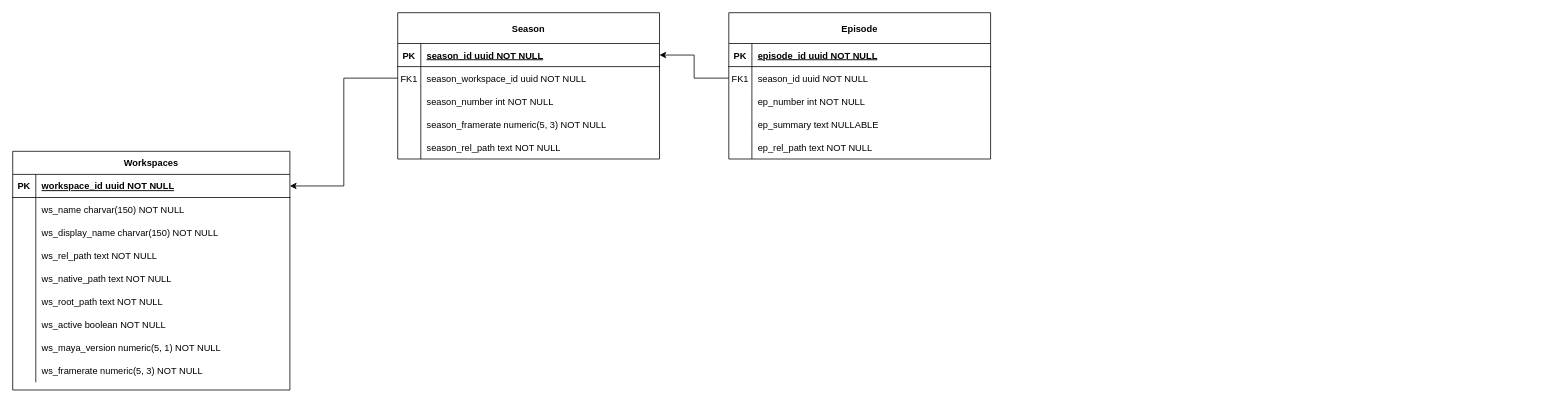
JaronWilding/database_design keeps this draw.io diagram as MainDatabase.drawio. Above is the earlier version. Source tidied: cells renumbered, new cells numbered last; positions are measured from the earlier drawing's top-left corner, leaving out a move shared by most shapes. Both pictures are drawn from the tidied source at 77%, with x=0, y=0 at pixel (12, 12).
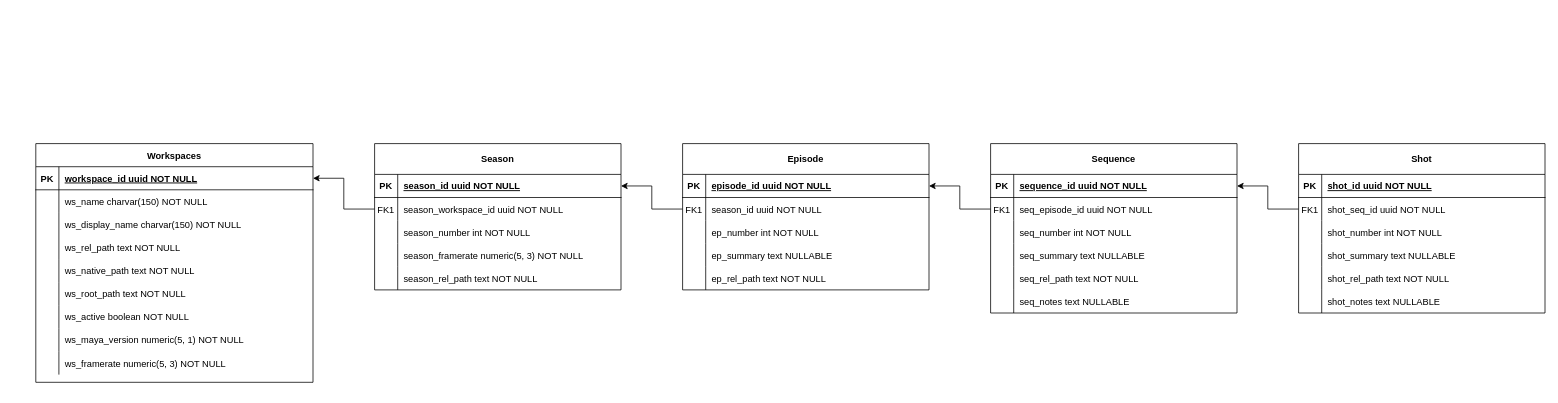
Above is the later version.

The edit, as a diff of the source:
```diff
@@
     <mxCell id="2" value="Workspaces" style="shape=table;startSize=30;childLayout=tableLayout;rowLines=0;fontStyle=1;align=center;" parent="1" vertex="1">
-      <mxGeometry y="180" width="360" height="310" as="geometry" />
+      <mxGeometry x="30" y="170" width="360" height="310" as="geometry" />
     </mxCell>
@@
     <mxCell id="30" value="Season" style="shape=table;startSize=40;childLayout=tableLayout;rowLines=0;fontStyle=1;align=center;" parent="1" vertex="1">
-      <mxGeometry x="500" width="340" height="190" as="geometry" />
+      <mxGeometry x="470" y="170" width="320" height="190" as="geometry" />
     </mxCell>
     <mxCell id="31" style="shape=partialRectangle;fillColor=none;points=[[0,0.5],[1,0.5]];portConstraint=eastwest;top=0;left=0;right=0;bottom=1;" parent="30" vertex="1">
-      <mxGeometry y="40" width="340" height="30" as="geometry" />
+      <mxGeometry y="40" width="320" height="30" as="geometry" />
     </mxCell>
@@
     <mxCell id="33" value="season_id uuid NOT NULL " style="shape=partialRectangle;overflow=hidden;fillColor=none;top=0;left=0;bottom=0;right=0;align=left;spacingLeft=6;fontStyle=5;" parent="31" vertex="1">
-      <mxGeometry x="30" width="310" height="30" as="geometry" />
+      <mxGeometry x="30" width="290" height="30" as="geometry" />
     </mxCell>
     <mxCell id="34" style="shape=partialRectangle;fillColor=none;points=[[0,0.5],[1,0.5]];portConstraint=eastwest;top=0;left=0;right=0;bottom=0;" parent="30" vertex="1">
-      <mxGeometry y="70" width="340" height="30" as="geometry" />
+      <mxGeometry y="70" width="320" height="30" as="geometry" />
     </mxCell>
@@
     <mxCell id="36" value="season_workspace_id uuid NOT NULL" style="shape=partialRectangle;overflow=hidden;fillColor=none;top=0;left=0;bottom=0;right=0;align=left;spacingLeft=6;" parent="34" vertex="1">
-      <mxGeometry x="30" width="310" height="30" as="geometry" />
+      <mxGeometry x="30" width="290" height="30" as="geometry" />
     </mxCell>
     <mxCell id="37" style="shape=partialRectangle;fillColor=none;top=0;left=0;right=0;bottom=0;" parent="30" vertex="1">
-      <mxGeometry y="100" width="340" height="30" as="geometry" />
+      <mxGeometry y="100" width="320" height="30" as="geometry" />
     </mxCell>
@@
     <mxCell id="39" value="season_number int NOT NULL" style="shape=partialRectangle;overflow=hidden;fillColor=none;top=0;left=0;bottom=0;right=0;align=left;spacingLeft=6;" parent="37" vertex="1">
-      <mxGeometry x="30" width="310" height="30" as="geometry" />
+      <mxGeometry x="30" width="290" height="30" as="geometry" />
     </mxCell>
     <mxCell id="40" style="shape=partialRectangle;fillColor=none;top=0;left=0;right=0;bottom=0;" parent="30" vertex="1">
-      <mxGeometry y="130" width="340" height="30" as="geometry" />
+      <mxGeometry y="130" width="320" height="30" as="geometry" />
     </mxCell>
@@
     <mxCell id="42" value="season_framerate numeric(5, 3) NOT NULL" style="shape=partialRectangle;overflow=hidden;fillColor=none;top=0;left=0;bottom=0;right=0;align=left;spacingLeft=6;" parent="40" vertex="1">
-      <mxGeometry x="30" width="310" height="30" as="geometry" />
+      <mxGeometry x="30" width="290" height="30" as="geometry" />
     </mxCell>
     <mxCell id="43" style="shape=partialRectangle;fillColor=none;top=0;left=0;right=0;bottom=0;" parent="30" vertex="1">
-      <mxGeometry y="160" width="340" height="30" as="geometry" />
+      <mxGeometry y="160" width="320" height="30" as="geometry" />
     </mxCell>
@@
     <mxCell id="45" value="season_rel_path text NOT NULL" style="shape=partialRectangle;overflow=hidden;fillColor=none;top=0;left=0;bottom=0;right=0;align=left;spacingLeft=6;" parent="43" vertex="1">
-      <mxGeometry x="30" width="310" height="30" as="geometry" />
+      <mxGeometry x="30" width="290" height="30" as="geometry" />
     </mxCell>
@@
     <mxCell id="47" value="Episode" style="shape=table;startSize=40;childLayout=tableLayout;rowLines=0;fontStyle=1;align=center;" parent="1" vertex="1">
-      <mxGeometry x="930" width="340" height="190" as="geometry" />
+      <mxGeometry x="870" y="170" width="320" height="190" as="geometry" />
     </mxCell>
     <mxCell id="48" style="shape=partialRectangle;fillColor=none;points=[[0,0.5],[1,0.5]];portConstraint=eastwest;top=0;left=0;right=0;bottom=1;" parent="47" vertex="1">
-      <mxGeometry y="40" width="340" height="30" as="geometry" />
+      <mxGeometry y="40" width="320" height="30" as="geometry" />
     </mxCell>
@@
     <mxCell id="50" value="episode_id uuid NOT NULL " style="shape=partialRectangle;overflow=hidden;fillColor=none;top=0;left=0;bottom=0;right=0;align=left;spacingLeft=6;fontStyle=5;" parent="48" vertex="1">
-      <mxGeometry x="30" width="310" height="30" as="geometry" />
+      <mxGeometry x="30" width="290" height="30" as="geometry" />
     </mxCell>
     <mxCell id="51" style="shape=partialRectangle;fillColor=none;points=[[0,0.5],[1,0.5]];portConstraint=eastwest;top=0;left=0;right=0;bottom=0;" parent="47" vertex="1">
-      <mxGeometry y="70" width="340" height="30" as="geometry" />
+      <mxGeometry y="70" width="320" height="30" as="geometry" />
     </mxCell>
@@
     <mxCell id="53" value="season_id uuid NOT NULL" style="shape=partialRectangle;overflow=hidden;fillColor=none;top=0;left=0;bottom=0;right=0;align=left;spacingLeft=6;" parent="51" vertex="1">
-      <mxGeometry x="30" width="310" height="30" as="geometry" />
+      <mxGeometry x="30" width="290" height="30" as="geometry" />
     </mxCell>
     <mxCell id="54" style="shape=partialRectangle;fillColor=none;top=0;left=0;right=0;bottom=0;" parent="47" vertex="1">
-      <mxGeometry y="100" width="340" height="30" as="geometry" />
+      <mxGeometry y="100" width="320" height="30" as="geometry" />
     </mxCell>
@@
     <mxCell id="56" value="ep_number int NOT NULL" style="shape=partialRectangle;overflow=hidden;fillColor=none;top=0;left=0;bottom=0;right=0;align=left;spacingLeft=6;" parent="54" vertex="1">
-      <mxGeometry x="30" width="310" height="30" as="geometry" />
+      <mxGeometry x="30" width="290" height="30" as="geometry" />
     </mxCell>
     <mxCell id="57" style="shape=partialRectangle;fillColor=none;top=0;left=0;right=0;bottom=0;" parent="47" vertex="1">
-      <mxGeometry y="130" width="340" height="30" as="geometry" />
+      <mxGeometry y="130" width="320" height="30" as="geometry" />
     </mxCell>
@@
     <mxCell id="59" value="ep_summary text NULLABLE" style="shape=partialRectangle;overflow=hidden;fillColor=none;top=0;left=0;bottom=0;right=0;align=left;spacingLeft=6;" parent="57" vertex="1">
-      <mxGeometry x="30" width="310" height="30" as="geometry" />
+      <mxGeometry x="30" width="290" height="30" as="geometry" />
     </mxCell>
     <mxCell id="60" style="shape=partialRectangle;fillColor=none;top=0;left=0;right=0;bottom=0;" parent="47" vertex="1">
-      <mxGeometry y="160" width="340" height="30" as="geometry" />
+      <mxGeometry y="160" width="320" height="30" as="geometry" />
     </mxCell>
@@
     <mxCell id="62" value="ep_rel_path text NOT NULL" style="shape=partialRectangle;overflow=hidden;fillColor=none;top=0;left=0;bottom=0;right=0;align=left;spacingLeft=6;" parent="60" vertex="1">
-      <mxGeometry x="30" width="310" height="30" as="geometry" />
+      <mxGeometry x="30" width="290" height="30" as="geometry" />
     </mxCell>
@@
+    <mxCell id="64" value="Sequence" style="shape=table;startSize=40;childLayout=tableLayout;rowLines=0;fontStyle=1;align=center;" parent="1" vertex="1">
+      <mxGeometry x="1270" y="170" width="320" height="220" as="geometry" />
+    </mxCell>
+    <mxCell id="65" style="shape=partialRectangle;fillColor=none;points=[[0,0.5],[1,0.5]];portConstraint=eastwest;top=0;left=0;right=0;bottom=1;" parent="64" vertex="1">
+      <mxGeometry y="40" width="320" height="30" as="geometry" />
+    </mxCell>
+    <mxCell id="66" value="PK" style="shape=partialRectangle;overflow=hidden;fillColor=none;top=0;left=0;bottom=0;right=0;fontStyle=1;" parent="65" vertex="1">
+      <mxGeometry width="30" height="30" as="geometry" />
+    </mxCell>
+    <mxCell id="67" value="sequence_id uuid NOT NULL " style="shape=partialRectangle;overflow=hidden;fillColor=none;top=0;left=0;bottom=0;right=0;align=left;spacingLeft=6;fontStyle=5;" parent="65" vertex="1">
+      <mxGeometry x="30" width="290" height="30" as="geometry" />
+    </mxCell>
+    <mxCell id="68" style="shape=partialRectangle;fillColor=none;points=[[0,0.5],[1,0.5]];portConstraint=eastwest;top=0;left=0;right=0;bottom=0;" parent="64" vertex="1">
+      <mxGeometry y="70" width="320" height="30" as="geometry" />
+    </mxCell>
+    <mxCell id="69" value="FK1" style="shape=partialRectangle;overflow=hidden;fillColor=none;top=0;left=0;bottom=0;right=0;" parent="68" vertex="1">
+      <mxGeometry width="30" height="30" as="geometry" />
+    </mxCell>
+    <mxCell id="70" value="seq_episode_id uuid NOT NULL" style="shape=partialRectangle;overflow=hidden;fillColor=none;top=0;left=0;bottom=0;right=0;align=left;spacingLeft=6;" parent="68" vertex="1">
+      <mxGeometry x="30" width="290" height="30" as="geometry" />
+    </mxCell>
+    <mxCell id="71" style="shape=partialRectangle;fillColor=none;top=0;left=0;right=0;bottom=0;" parent="64" vertex="1">
+      <mxGeometry y="100" width="320" height="30" as="geometry" />
+    </mxCell>
+    <mxCell id="72" style="shape=partialRectangle;overflow=hidden;fillColor=none;top=0;left=0;bottom=0;right=0;" parent="71" vertex="1">
+      <mxGeometry width="30" height="30" as="geometry" />
+    </mxCell>
+    <mxCell id="73" value="seq_number int NOT NULL" style="shape=partialRectangle;overflow=hidden;fillColor=none;top=0;left=0;bottom=0;right=0;align=left;spacingLeft=6;" parent="71" vertex="1">
+      <mxGeometry x="30" width="290" height="30" as="geometry" />
+    </mxCell>
+    <mxCell id="74" style="shape=partialRectangle;fillColor=none;top=0;left=0;right=0;bottom=0;" parent="64" vertex="1">
+      <mxGeometry y="130" width="320" height="30" as="geometry" />
+    </mxCell>
+    <mxCell id="75" style="shape=partialRectangle;overflow=hidden;fillColor=none;top=0;left=0;bottom=0;right=0;" parent="74" vertex="1">
+      <mxGeometry width="30" height="30" as="geometry" />
+    </mxCell>
+    <mxCell id="76" value="seq_summary text NULLABLE" style="shape=partialRectangle;overflow=hidden;fillColor=none;top=0;left=0;bottom=0;right=0;align=left;spacingLeft=6;" parent="74" vertex="1">
+      <mxGeometry x="30" width="290" height="30" as="geometry" />
+    </mxCell>
+    <mxCell id="77" style="shape=partialRectangle;fillColor=none;top=0;left=0;right=0;bottom=0;" parent="64" vertex="1">
+      <mxGeometry y="160" width="320" height="30" as="geometry" />
+    </mxCell>
+    <mxCell id="78" style="shape=partialRectangle;overflow=hidden;fillColor=none;top=0;left=0;bottom=0;right=0;" parent="77" vertex="1">
+      <mxGeometry width="30" height="30" as="geometry" />
+    </mxCell>
+    <mxCell id="79" value="seq_rel_path text NOT NULL" style="shape=partialRectangle;overflow=hidden;fillColor=none;top=0;left=0;bottom=0;right=0;align=left;spacingLeft=6;" parent="77" vertex="1">
+      <mxGeometry x="30" width="290" height="30" as="geometry" />
+    </mxCell>
+    <mxCell id="80" style="shape=partialRectangle;fillColor=none;top=0;left=0;right=0;bottom=0;" parent="64" vertex="1">
+      <mxGeometry y="190" width="320" height="30" as="geometry" />
+    </mxCell>
+    <mxCell id="81" style="shape=partialRectangle;overflow=hidden;fillColor=none;top=0;left=0;bottom=0;right=0;" parent="80" vertex="1">
+      <mxGeometry width="30" height="30" as="geometry" />
+    </mxCell>
+    <mxCell id="82" value="seq_notes text NULLABLE" style="shape=partialRectangle;overflow=hidden;fillColor=none;top=0;left=0;bottom=0;right=0;align=left;spacingLeft=6;" parent="80" vertex="1">
+      <mxGeometry x="30" width="290" height="30" as="geometry" />
+    </mxCell>
+    <mxCell id="83" value="Shot" style="shape=table;startSize=40;childLayout=tableLayout;rowLines=0;fontStyle=1;align=center;" parent="1" vertex="1">
+      <mxGeometry x="1670" y="170" width="320" height="220" as="geometry" />
+    </mxCell>
+    <mxCell id="84" style="shape=partialRectangle;fillColor=none;top=0;left=0;right=0;bottom=1;" parent="83" vertex="1">
+      <mxGeometry y="40" width="320" height="30" as="geometry" />
+    </mxCell>
+    <mxCell id="85" value="PK" style="shape=partialRectangle;overflow=hidden;fillColor=none;top=0;left=0;bottom=0;right=0;fontStyle=1;" parent="84" vertex="1">
+      <mxGeometry width="30" height="30" as="geometry" />
+    </mxCell>
+    <mxCell id="86" value="shot_id uuid NOT NULL " style="shape=partialRectangle;overflow=hidden;fillColor=none;top=0;left=0;bottom=0;right=0;align=left;spacingLeft=6;fontStyle=5;" parent="84" vertex="1">
+      <mxGeometry x="30" width="290" height="30" as="geometry" />
+    </mxCell>
+    <mxCell id="87" style="shape=partialRectangle;fillColor=none;points=[[0,0.5],[1,0.5]];portConstraint=eastwest;top=0;left=0;right=0;bottom=0;" parent="83" vertex="1">
+      <mxGeometry y="70" width="320" height="30" as="geometry" />
+    </mxCell>
+    <mxCell id="88" value="FK1" style="shape=partialRectangle;overflow=hidden;fillColor=none;top=0;left=0;bottom=0;right=0;" parent="87" vertex="1">
+      <mxGeometry width="30" height="30" as="geometry" />
+    </mxCell>
+    <mxCell id="89" value="shot_seq_id uuid NOT NULL" style="shape=partialRectangle;overflow=hidden;fillColor=none;top=0;left=0;bottom=0;right=0;align=left;spacingLeft=6;" parent="87" vertex="1">
+      <mxGeometry x="30" width="290" height="30" as="geometry" />
+    </mxCell>
+    <mxCell id="90" style="shape=partialRectangle;fillColor=none;top=0;left=0;right=0;bottom=0;" parent="83" vertex="1">
+      <mxGeometry y="100" width="320" height="30" as="geometry" />
+    </mxCell>
+    <mxCell id="91" style="shape=partialRectangle;overflow=hidden;fillColor=none;top=0;left=0;bottom=0;right=0;" parent="90" vertex="1">
+      <mxGeometry width="30" height="30" as="geometry" />
+    </mxCell>
+    <mxCell id="92" value="shot_number int NOT NULL" style="shape=partialRectangle;overflow=hidden;fillColor=none;top=0;left=0;bottom=0;right=0;align=left;spacingLeft=6;" parent="90" vertex="1">
+      <mxGeometry x="30" width="290" height="30" as="geometry" />
+    </mxCell>
+    <mxCell id="93" style="shape=partialRectangle;fillColor=none;top=0;left=0;right=0;bottom=0;" parent="83" vertex="1">
+      <mxGeometry y="130" width="320" height="30" as="geometry" />
+    </mxCell>
+    <mxCell id="94" style="shape=partialRectangle;overflow=hidden;fillColor=none;top=0;left=0;bottom=0;right=0;" parent="93" vertex="1">
+      <mxGeometry width="30" height="30" as="geometry" />
+    </mxCell>
+    <mxCell id="95" value="shot_summary text NULLABLE" style="shape=partialRectangle;overflow=hidden;fillColor=none;top=0;left=0;bottom=0;right=0;align=left;spacingLeft=6;" parent="93" vertex="1">
+      <mxGeometry x="30" width="290" height="30" as="geometry" />
+    </mxCell>
+    <mxCell id="96" style="shape=partialRectangle;fillColor=none;top=0;left=0;right=0;bottom=0;" parent="83" vertex="1">
+      <mxGeometry y="160" width="320" height="30" as="geometry" />
+    </mxCell>
+    <mxCell id="97" style="shape=partialRectangle;overflow=hidden;fillColor=none;top=0;left=0;bottom=0;right=0;" parent="96" vertex="1">
+      <mxGeometry width="30" height="30" as="geometry" />
+    </mxCell>
+    <mxCell id="98" value="shot_rel_path text NOT NULL" style="shape=partialRectangle;overflow=hidden;fillColor=none;top=0;left=0;bottom=0;right=0;align=left;spacingLeft=6;" parent="96" vertex="1">
+      <mxGeometry x="30" width="290" height="30" as="geometry" />
+    </mxCell>
+    <mxCell id="99" style="shape=partialRectangle;fillColor=none;top=0;left=0;right=0;bottom=0;" parent="83" vertex="1">
+      <mxGeometry y="190" width="320" height="30" as="geometry" />
+    </mxCell>
+    <mxCell id="100" style="shape=partialRectangle;overflow=hidden;fillColor=none;top=0;left=0;bottom=0;right=0;" parent="99" vertex="1">
+      <mxGeometry width="30" height="30" as="geometry" />
+    </mxCell>
+    <mxCell id="101" value="shot_notes text NULLABLE" style="shape=partialRectangle;overflow=hidden;fillColor=none;top=0;left=0;bottom=0;right=0;align=left;spacingLeft=6;" parent="99" vertex="1">
+      <mxGeometry x="30" width="290" height="30" as="geometry" />
+    </mxCell>
+    <mxCell id="102" style="edgeStyle=orthogonalEdgeStyle;rounded=0;jettySize=auto;html=1;entryX=1;entryY=0.5;entryDx=0;entryDy=0;" parent="1" edge="1" source="87" target="65">
+      <mxGeometry relative="1" as="geometry" />
+    </mxCell>
+    <mxCell id="103" style="edgeStyle=orthogonalEdgeStyle;rounded=0;jettySize=auto;html=1;entryX=1;entryY=0.5;entryDx=0;entryDy=0;" parent="1" edge="1" source="68" target="48">
+      <mxGeometry relative="1" as="geometry" />
+    </mxCell>
```
